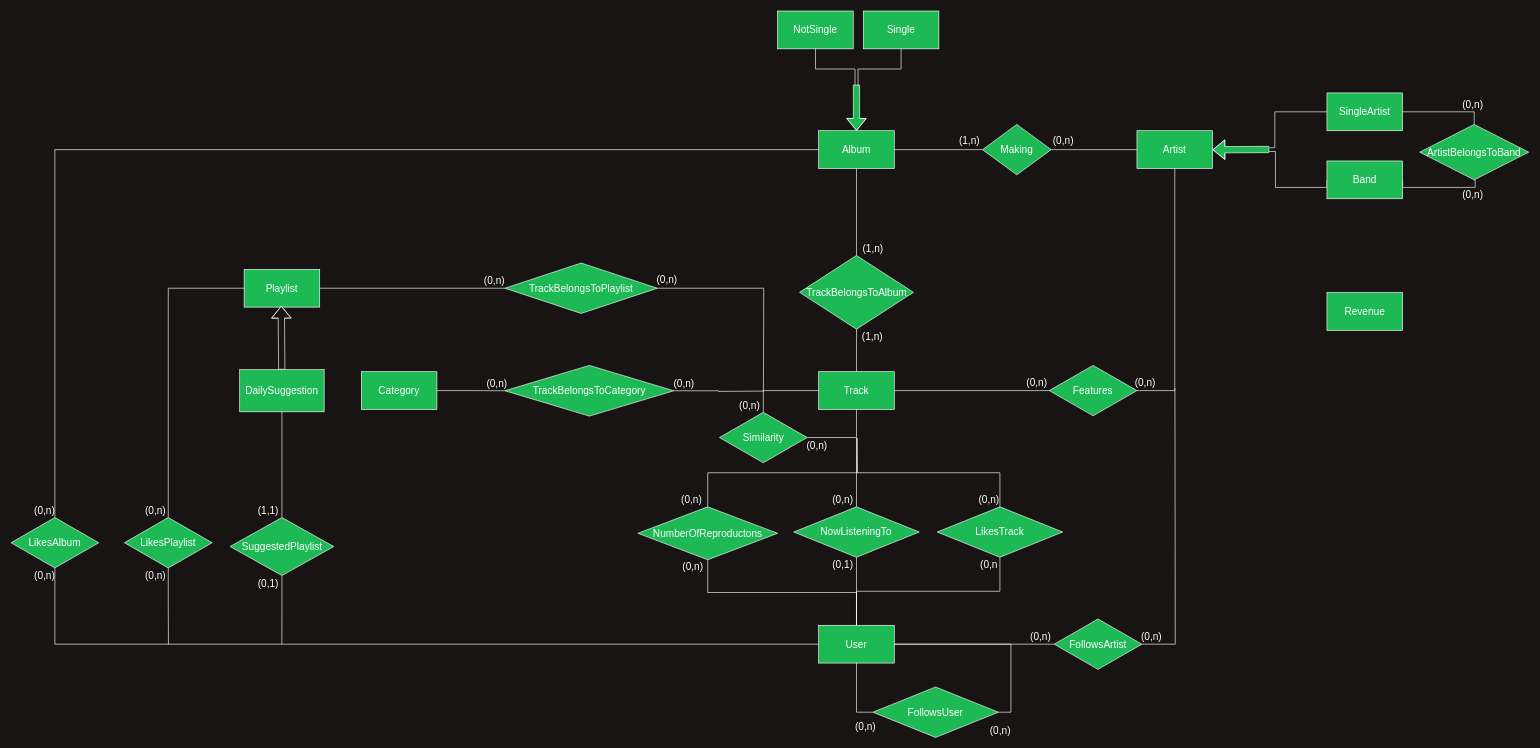
The draw.io diagram Documentazione/ER.drawio in gabrycina/spotify-clone, before the edit. Source tidied: cells renumbered, new cells numbered last; positions are measured from the earlier drawing's top-left corner, leaving out a move shared by most shapes. Both pictures are drawn from the tidied source at 63%, with x=0, y=0 at pixel (11, 11).
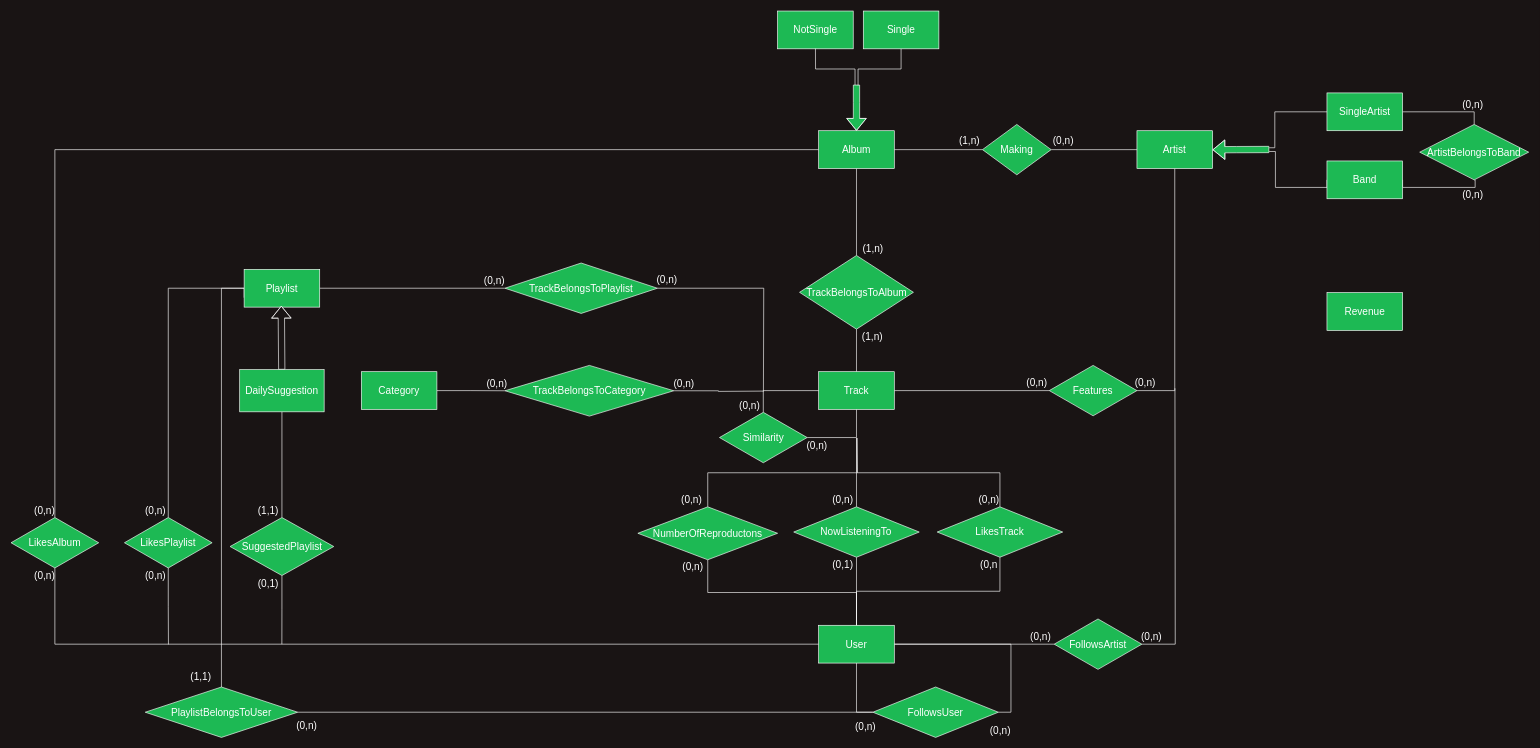
Above is the later version.

The change refers to these unchanged cells:
```xml
<mxCell id="53" value="&lt;font color=&quot;#ffffff&quot; style=&quot;font-size: 16px&quot;&gt;Playlist&lt;/font&gt;" style="rounded=0;whiteSpace=wrap;html=1;shadow=0;strokeColor=#FFFFFF;fillColor=#1DB954;gradientColor=none;" parent="1" vertex="1">
  <mxGeometry x="370" y="410" width="120" height="60" as="geometry" />
</mxCell>
<mxCell id="94" value="FollowsUser" style="rhombus;whiteSpace=wrap;html=1;shadow=0;fontSize=16;fontColor=#FFFFFF;strokeColor=#FFFFFF;fillColor=#1DB954;gradientColor=none;" parent="1" vertex="1">
  <mxGeometry x="1368" y="1073" width="199.2" height="80" as="geometry" />
</mxCell>
```

Diff of the diagram source:
```diff
@@
+    <mxCell id="97" style="edgeStyle=orthogonalEdgeStyle;rounded=0;jettySize=auto;html=1;exitX=0;exitY=0.75;exitDx=0;exitDy=0;entryX=0.5;entryY=0;entryDx=0;entryDy=0;strokeColor=#FFFFFF;endArrow=none;endFill=0;" parent="1" edge="1" source="53" target="99">
+      <mxGeometry relative="1" as="geometry">
+        <Array as="points">
+          <mxPoint x="370" y="440" />
+          <mxPoint x="334" y="440" />
+        </Array>
+      </mxGeometry>
+    </mxCell>
@@
+    <mxCell id="98" style="edgeStyle=orthogonalEdgeStyle;rounded=0;jettySize=auto;html=1;entryX=0;entryY=0.5;entryDx=0;entryDy=0;endArrow=none;endFill=0;strokeColor=#FFFFFF;" parent="1" edge="1" source="99" target="94">
+      <mxGeometry relative="1" as="geometry" />
+    </mxCell>
+    <mxCell id="99" value="PlaylistBelongsToUser" style="rhombus;whiteSpace=wrap;html=1;shadow=0;fontSize=16;fontColor=#FFFFFF;strokeColor=#FFFFFF;fillColor=#1DB954;gradientColor=none;" parent="1" vertex="1">
+      <mxGeometry x="213" y="1073" width="242" height="80" as="geometry" />
+    </mxCell>
+    <mxCell id="100" value="(1,1)" style="text;html=1;align=center;verticalAlign=middle;strokeColor=none;fillColor=none;fontSize=16;fontColor=#FFFFFF;" parent="1" vertex="1">
+      <mxGeometry x="279" y="1045" width="43" height="23" as="geometry" />
+    </mxCell>
+    <mxCell id="101" value="(0,n)" style="text;html=1;align=center;verticalAlign=middle;strokeColor=none;fillColor=none;fontSize=16;fontColor=#FFFFFF;" parent="1" vertex="1">
+      <mxGeometry x="447" y="1122" width="43" height="23" as="geometry" />
+    </mxCell>
```
